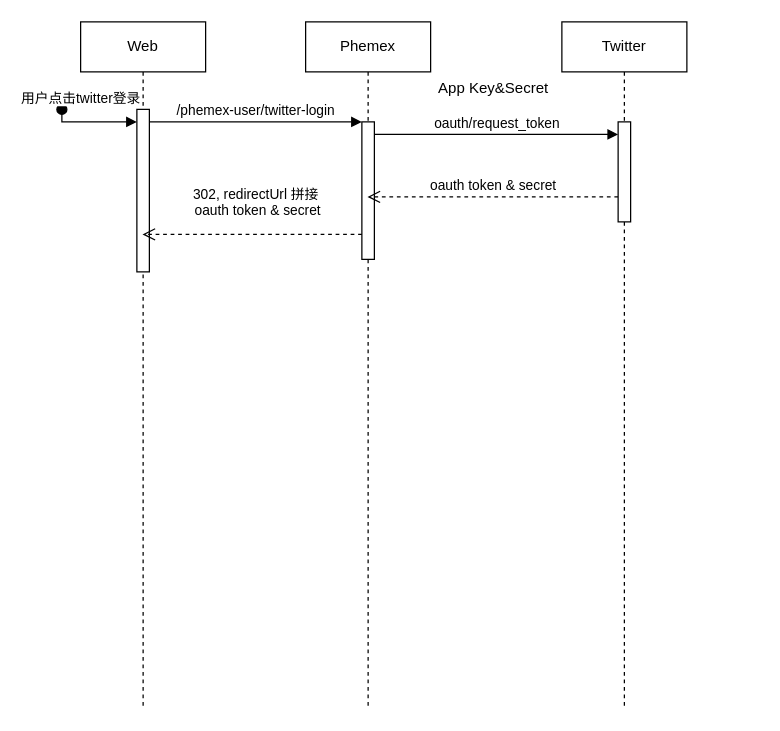
Above: twitter-login.drawio in AC-YoY/diagram-storage (draw.io), before the change. Source tidied: cells renumbered, new cells numbered last; positions are measured from the earlier drawing's top-left corner, leaving out a move shared by most shapes. Both pictures are drawn from the tidied source at 125%, with x=0, y=0 at pixel (61, 21).
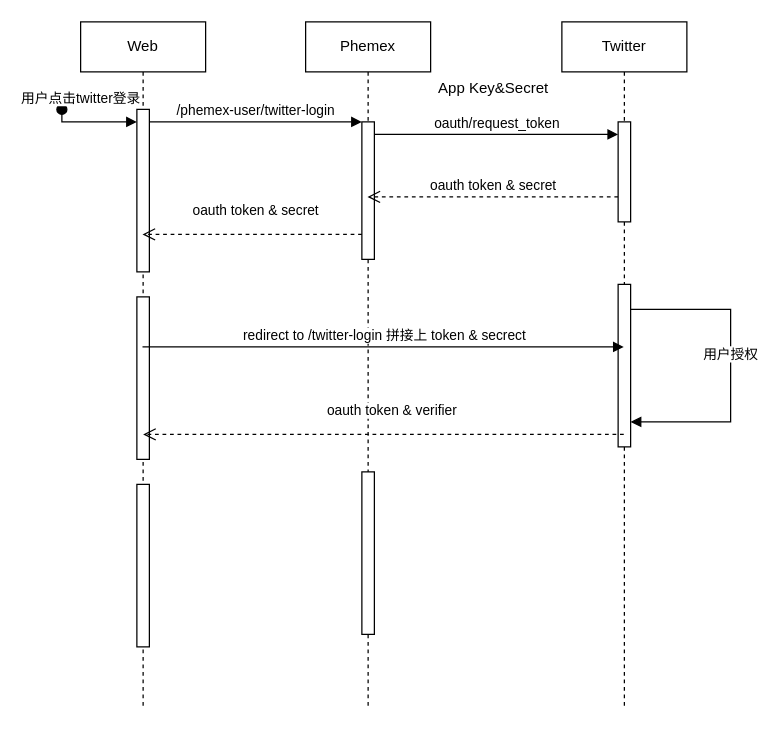
After the change.

Unchanged cells that the change refers to:
```xml
<mxCell id="2" value="Web" style="shape=umlLifeline;perimeter=lifelinePerimeter;whiteSpace=wrap;html=1;outlineConnect=0;portConstraint=eastwest;newEdgeStyle={&quot;edgeStyle&quot;:&quot;elbowEdgeStyle&quot;,&quot;elbow&quot;:&quot;vertical&quot;,&quot;curved&quot;:0,&quot;rounded&quot;:0};" parent="1" vertex="1">
  <mxGeometry x="15" width="100" height="550" as="geometry" />
</mxCell>
<mxCell id="5" value="Phemex" style="shape=umlLifeline;perimeter=lifelinePerimeter;whiteSpace=wrap;html=1;outlineConnect=0;portConstraint=eastwest;newEdgeStyle={&quot;edgeStyle&quot;:&quot;elbowEdgeStyle&quot;,&quot;elbow&quot;:&quot;vertical&quot;,&quot;curved&quot;:0,&quot;rounded&quot;:0};" parent="1" vertex="1">
  <mxGeometry x="195" width="100" height="550" as="geometry" />
</mxCell>
<mxCell id="6" style="html=1;points=[];perimeter=orthogonalPerimeter;outlineConnect=0;targetShapes=umlLifeline;portConstraint=eastwest;newEdgeStyle={&quot;edgeStyle&quot;:&quot;elbowEdgeStyle&quot;,&quot;elbow&quot;:&quot;vertical&quot;,&quot;curved&quot;:0,&quot;rounded&quot;:0};" parent="5" vertex="1">
  <mxGeometry x="45" y="80" width="10" height="110" as="geometry" />
</mxCell>
<mxCell id="9" value="Twitter" style="shape=umlLifeline;perimeter=lifelinePerimeter;whiteSpace=wrap;html=1;outlineConnect=0;portConstraint=eastwest;newEdgeStyle={&quot;edgeStyle&quot;:&quot;elbowEdgeStyle&quot;,&quot;elbow&quot;:&quot;vertical&quot;,&quot;curved&quot;:0,&quot;rounded&quot;:0};" parent="1" vertex="1">
  <mxGeometry x="400" width="100" height="550" as="geometry" />
</mxCell>
```

The edit, as a diff of the source:
```diff
@@
+    <mxCell id="14" style="html=1;perimeter=orthogonalPerimeter;targetShapes=umlLifeline;newEdgeStyle={&quot;edgeStyle&quot;:&quot;elbowEdgeStyle&quot;,&quot;elbow&quot;:&quot;vertical&quot;,&quot;curved&quot;:0,&quot;rounded&quot;:0};" parent="2" vertex="1">
+      <mxGeometry x="45" y="220" width="10" height="130" as="geometry" />
+    </mxCell>
+    <mxCell id="15" style="html=1;perimeter=orthogonalPerimeter;targetShapes=umlLifeline;newEdgeStyle={&quot;edgeStyle&quot;:&quot;elbowEdgeStyle&quot;,&quot;elbow&quot;:&quot;vertical&quot;,&quot;curved&quot;:0,&quot;rounded&quot;:0};" parent="2" vertex="1">
+      <mxGeometry x="45" y="370" width="10" height="130" as="geometry" />
+    </mxCell>
@@
+    <mxCell id="16" style="html=1;perimeter=orthogonalPerimeter;targetShapes=umlLifeline;newEdgeStyle={&quot;edgeStyle&quot;:&quot;elbowEdgeStyle&quot;,&quot;elbow&quot;:&quot;vertical&quot;,&quot;curved&quot;:0,&quot;rounded&quot;:0};" parent="5" vertex="1">
+      <mxGeometry x="45" y="360" width="10" height="130" as="geometry" />
+    </mxCell>
@@
+    <mxCell id="17" style="html=1;points=[];perimeter=orthogonalPerimeter;outlineConnect=0;targetShapes=umlLifeline;portConstraint=eastwest;newEdgeStyle={&quot;edgeStyle&quot;:&quot;elbowEdgeStyle&quot;,&quot;elbow&quot;:&quot;vertical&quot;,&quot;curved&quot;:0,&quot;rounded&quot;:0};" parent="9" vertex="1">
+      <mxGeometry x="45" y="210" width="10" height="130" as="geometry" />
+    </mxCell>
+    <mxCell id="18" value="用户授权" style="html=1;verticalAlign=bottom;endArrow=block;edgeStyle=elbowEdgeStyle;rounded=0;" parent="9" edge="1" source="17" target="17">
+      <mxGeometry relative="1" as="geometry">
+        <Array as="points">
+          <mxPoint x="135" y="230" />
+        </Array>
+      </mxGeometry>
+    </mxCell>
@@
-    <mxCell id="13" value="302, redirectUrl 拼接&lt;br&gt;&amp;nbsp;oauth token &amp;amp; secret" style="html=1;verticalAlign=bottom;endArrow=open;dashed=1;endSize=8;edgeStyle=elbowEdgeStyle;elbow=vertical;curved=0;rounded=0;" parent="1" edge="1" source="6" target="2">
+    <mxCell id="13" value="oauth token &amp;amp; secret" style="html=1;verticalAlign=bottom;endArrow=open;dashed=1;endSize=8;edgeStyle=elbowEdgeStyle;elbow=vertical;curved=0;rounded=0;" parent="1" edge="1" source="6" target="2">
       <mxGeometry x="-0.03" y="-10" relative="1" as="geometry">
         <Array as="points">
           <mxPoint x="220" y="170" />
         </Array>
       </mxGeometry>
     </mxCell>
+    <mxCell id="19" value="redirect to /twitter-login 拼接上 token &amp;amp; secrect" style="html=1;verticalAlign=bottom;endArrow=block;edgeStyle=elbowEdgeStyle;rounded=0;" parent="1" edge="1" source="2">
+      <mxGeometry relative="1" as="geometry">
+        <mxPoint x="449.5" y="260" as="targetPoint" />
+        <Array as="points">
+          <mxPoint x="135" y="260" />
+        </Array>
+      </mxGeometry>
+    </mxCell>
+    <mxCell id="20" value="oauth token &amp;amp;&amp;nbsp;verifier" style="html=1;verticalAlign=bottom;endArrow=open;dashed=1;endSize=8;edgeStyle=elbowEdgeStyle;elbow=vertical;curved=0;rounded=0;" parent="1" edge="1" source="9">
+      <mxGeometry x="-0.03" y="-10" relative="1" as="geometry">
+        <mxPoint x="65" y="330" as="targetPoint" />
+        <Array as="points">
+          <mxPoint x="220" y="330" />
+        </Array>
+      </mxGeometry>
+    </mxCell>
```
